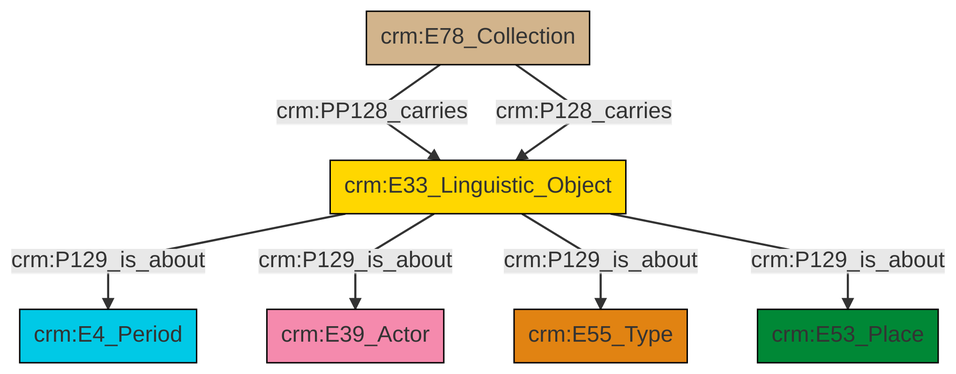
Earlier version of the Mermaid export et/archivalCSV/ttl/mmd/png/archival_aboutness.png (swiss-art-research-net/docs.swissartresearch). Its source is kept beside it as et/archivalCSV/ttl/mmd/archival_aboutness.ttl.mmd.
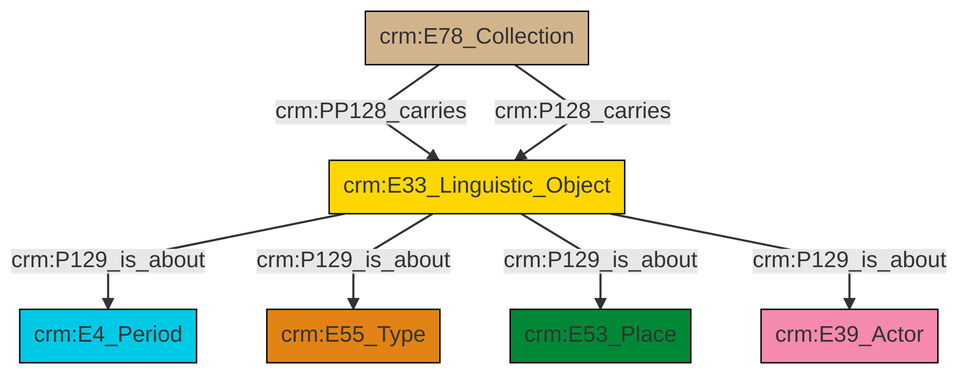
Above is the later version.

The edit, as a diff of the source:
```diff
@@ -13,9 +13,9 @@
 classDef PC_Classes fill:#4ce600, stroke:#000000;
 classDef Multi fill:#cccccc,stroke:#000000;
 
-0["crm:E33_Linguistic_Object"]:::Conceptual_Object -->|crm:P129_is_about| 1["crm:E4_Period"]:::Temporal_Entity
-3["crm:E78_Collection"]:::Physical_Thing -->|crm:PP128_carries| 0["crm:E33_Linguistic_Object"]:::Conceptual_Object
-3["crm:E78_Collection"]:::Physical_Thing -->|crm:P128_carries| 0["crm:E33_Linguistic_Object"]:::Conceptual_Object
-0["crm:E33_Linguistic_Object"]:::Conceptual_Object -->|crm:P129_is_about| 6["crm:E39_Actor"]:::Actor
+2["crm:E78_Collection"]:::Physical_Thing -->|crm:PP128_carries| 0["crm:E33_Linguistic_Object"]:::Conceptual_Object
+0["crm:E33_Linguistic_Object"]:::Conceptual_Object -->|crm:P129_is_about| 3["crm:E4_Period"]:::Temporal_Entity
 0["crm:E33_Linguistic_Object"]:::Conceptual_Object -->|crm:P129_is_about| 4["crm:E55_Type"]:::Type
-0["crm:E33_Linguistic_Object"]:::Conceptual_Object -->|crm:P129_is_about| 8["crm:E53_Place"]:::Place
+2["crm:E78_Collection"]:::Physical_Thing -->|crm:P128_carries| 0["crm:E33_Linguistic_Object"]:::Conceptual_Object
+0["crm:E33_Linguistic_Object"]:::Conceptual_Object -->|crm:P129_is_about| 7["crm:E53_Place"]:::Place
+0["crm:E33_Linguistic_Object"]:::Conceptual_Object -->|crm:P129_is_about| 8["crm:E39_Actor"]:::Actor
```
